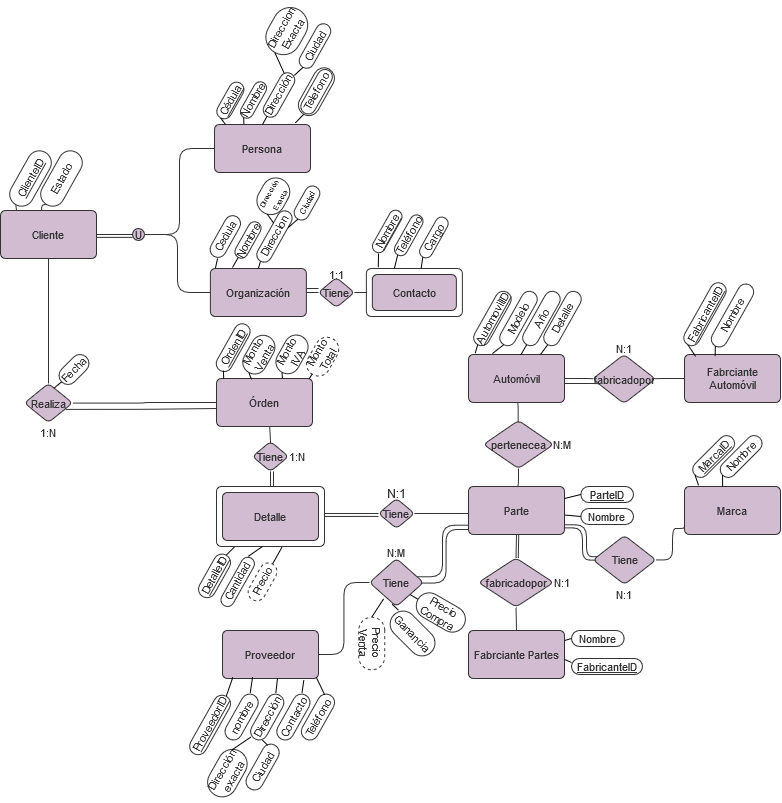
Earlier version of the draw.io export Modelo ER de Base de Datos.png (Nacho-Alvarez0412/BD-PRY1-Venta-de-Partes). Source tidied: cells renumbered, new cells last; positions are measured from the earlier drawing's top-left corner, leaving out a move shared by most shapes.
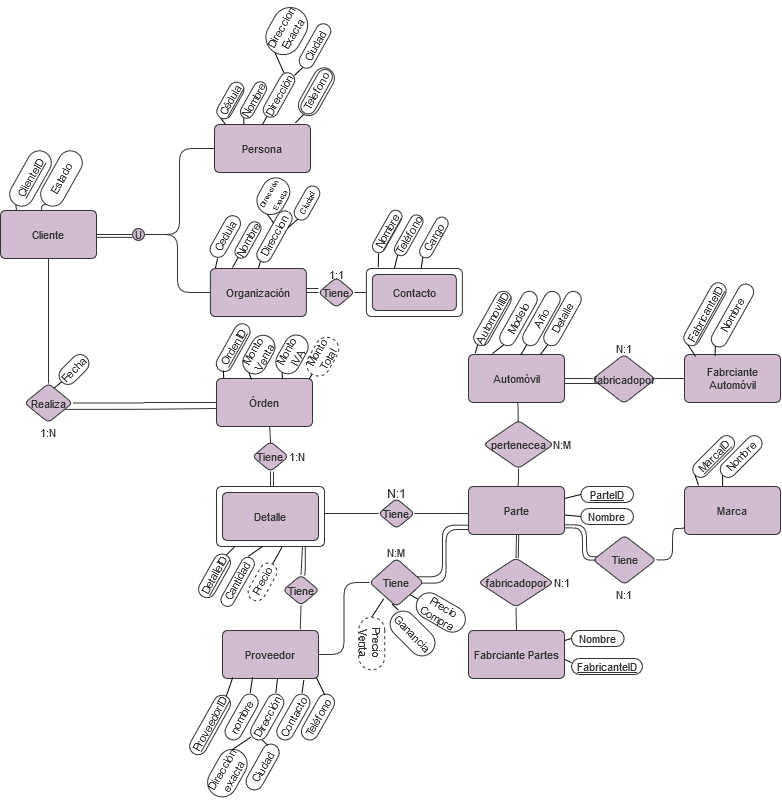
After the change.

Change to the diagram source:
```diff
@@ -496,11 +496,8 @@
         <mxPoint x="273" y="458" as="targetPoint" />
       </mxGeometry>
     </mxCell>
-    <mxCell id="154" style="html=1;jettySize=18;fontSize=11;strokeColor=#333333;strokeOpacity=100;rounded=1;arcSize=24;edgeStyle=orthogonalEdgeStyle;startArrow=none;endArrow=none;exitX=0.052448875679624626;exitY=0.5;exitPerimeter=1;entryX=1.0027777777777778;entryY=0.45;entryPerimeter=1;" parent="1" edge="1">
-      <mxGeometry relative="1" as="geometry">
-        <mxPoint x="378" y="502.9" as="sourcePoint" />
-        <mxPoint x="324" y="502.9" as="targetPoint" />
-      </mxGeometry>
+    <mxCell id="154" style="html=1;jettySize=18;fontSize=11;strokeColor=#333333;strokeOpacity=100;rounded=1;arcSize=24;edgeStyle=orthogonalEdgeStyle;startArrow=none;endArrow=none;exitX=0.5;exitY=0;entryX=0.796;entryY=1;entryPerimeter=0;exitDx=0;exitDy=0;entryDx=0;entryDy=0;" parent="1" edge="1" source="158" target="11">
+      <mxGeometry relative="1" as="geometry" />
     </mxCell>
     <mxCell id="155" style="html=1;jettySize=18;fontSize=11;strokeColor=#333333;strokeOpacity=100;rounded=1;arcSize=24;edgeStyle=orthogonalEdgeStyle;startArrow=none;endArrow=none;exitX=0.856;exitY=0.664;exitPerimeter=0;entryX=-0.003125;entryY=0.5;entryPerimeter=1;exitDx=0;exitDy=0;" parent="1" edge="1" source="27">
       <mxGeometry relative="1" as="geometry">
@@ -522,5 +519,16 @@
         <mxPoint x="318" y="275" as="targetPoint" />
       </mxGeometry>
     </mxCell>
+    <mxCell id="158" value="Tiene" style="html=1;whiteSpace=wrap;rhombus;fontSize=11;fontColor=#333333;align=center;spacing=3;strokeColor=#333333;strokeOpacity=100;fillOpacity=100;rounded=1;absoluteArcSize=1;arcSize=9.6;fillColor=#d1bcd2;" parent="1" vertex="1">
+      <mxGeometry x="282.5" y="561.7" width="36" height="30" as="geometry" />
+    </mxCell>
+    <mxCell id="159" style="html=1;jettySize=18;fontSize=11;strokeColor=#333333;strokeOpacity=100;rounded=1;arcSize=24;edgeStyle=orthogonalEdgeStyle;startArrow=none;endArrow=none;exitX=0.5;exitY=1;entryX=0.81;entryY=-0.019;entryPerimeter=0;exitDx=0;exitDy=0;entryDx=0;entryDy=0;" parent="1" edge="1" source="158" target="17">
+      <mxGeometry relative="1" as="geometry" />
+    </mxCell>
+    <mxCell id="160" style="html=1;jettySize=18;fontSize=11;strokeColor=#333333;strokeOpacity=100;rounded=1;arcSize=24;edgeStyle=orthogonalEdgeStyle;startArrow=none;endArrow=none;exitX=0.5;exitY=0;entryX=0.822;entryY=1;entryPerimeter=0;exitDx=0;exitDy=0;entryDx=0;entryDy=0;" parent="1" edge="1" target="11">
+      <mxGeometry relative="1" as="geometry">
+        <mxPoint x="303" y="561.7" as="sourcePoint" />
+      </mxGeometry>
+    </mxCell>
   </root>
 </mxGraphModel>
```
